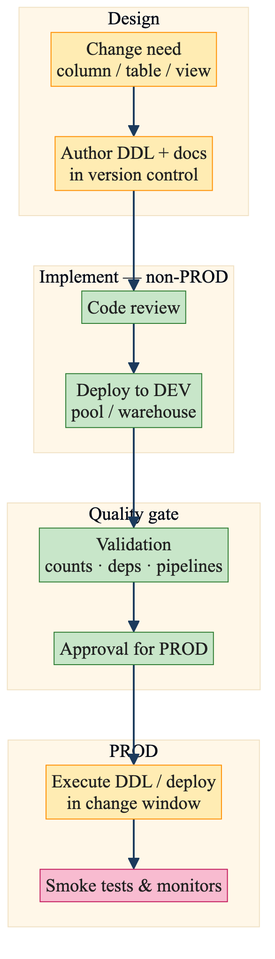
Before: poster/diagrams/03_table_change_flow.png, a diagram exported from Mermaid (cruzaddy91/DATA-470_DSCapstone). Its source is kept beside it as poster/diagrams/03_table_change_flow.mmd. The source it was exported from:
```mermaid

flowchart TB
  subgraph D["Design"]
    R[Change need<br/>column / table / view]
    A[Author DDL + docs<br/>in version control]
  end

  subgraph I["Implement — non-PROD"]
    RV[Code review]
    DV[Deploy to DEV<br/>pool / warehouse]
  end

  subgraph Q["Quality gate"]
    CK[Validation<br/>counts · deps · pipelines]
    AP[Approval for PROD]
  end

  subgraph P["PROD"]
    EX[Execute DDL / deploy<br/>in change window]
    SM[Smoke tests & monitors]
  end

  R --> A
  A --> RV
  RV --> DV
  DV --> CK
  CK --> AP
  AP --> EX
  EX --> SM

  classDef pipeline fill:#ffecb3,stroke:#ff8f00,color:#212121
  classDef process fill:#c8e6c9,stroke:#2e7d32,color:#212121
  classDef reporting fill:#f8bbd0,stroke:#c2185b,color:#212121

  class R,A pipeline
  class RV,DV,CK,AP process
  class EX pipeline
  class SM reporting
```
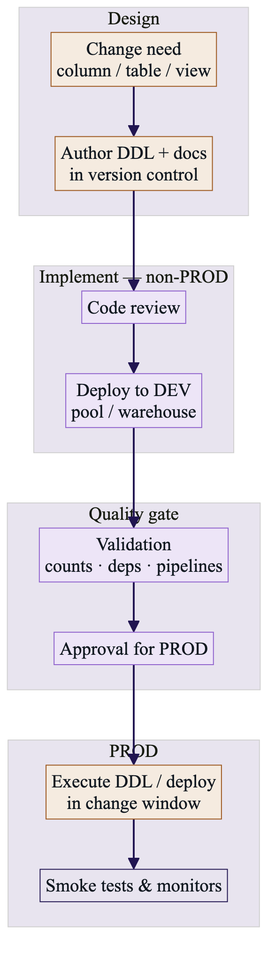
After the change.

Diff of the diagram source:
```diff
@@ -28,9 +28,9 @@
   AP --> EX
   EX --> SM
 
-  classDef pipeline fill:#ffecb3,stroke:#ff8f00,color:#212121
-  classDef process fill:#c8e6c9,stroke:#2e7d32,color:#212121
-  classDef reporting fill:#f8bbd0,stroke:#c2185b,color:#212121
+  classDef pipeline fill:#F5EBE0,stroke:#9D581F,color:#101820
+  classDef process fill:#EDE5F7,stroke:#9063CD,color:#101820
+  classDef reporting fill:#E8E4EF,stroke:#211551,color:#101820
 
   class R,A pipeline
   class RV,DV,CK,AP process
```
